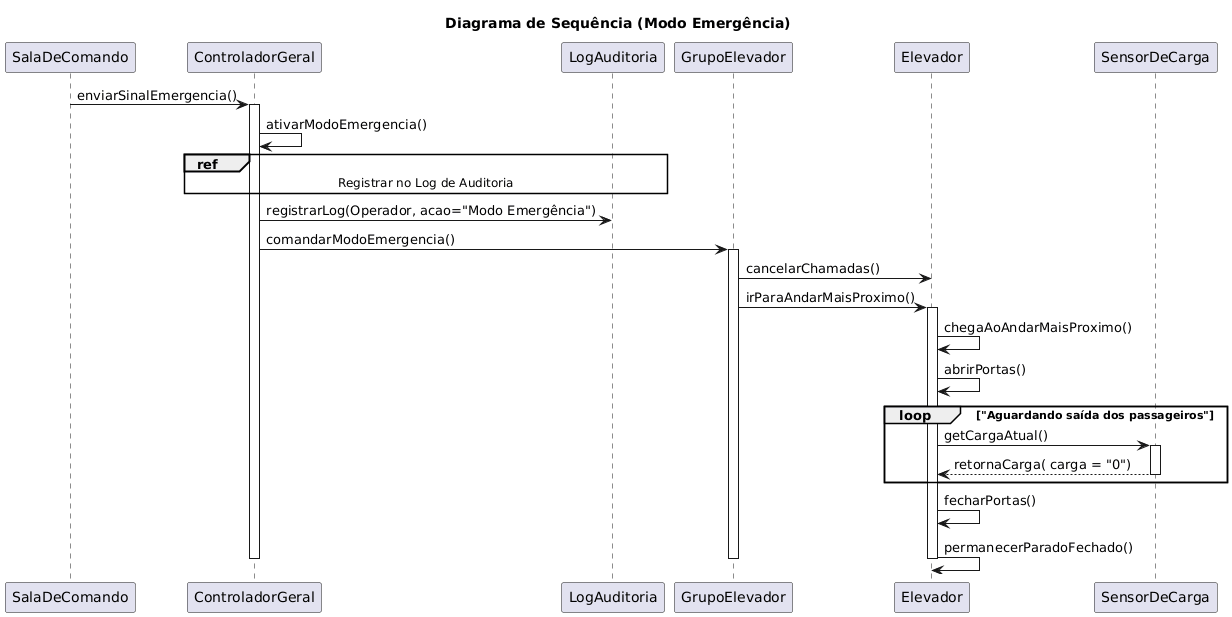
The PlantUML diagram Diagrama de Sequencia/Diagrama de sequencia (Emergencia).png in GustavoAtui/Sistema_Gerenciamento_Elevadores, before a commit.
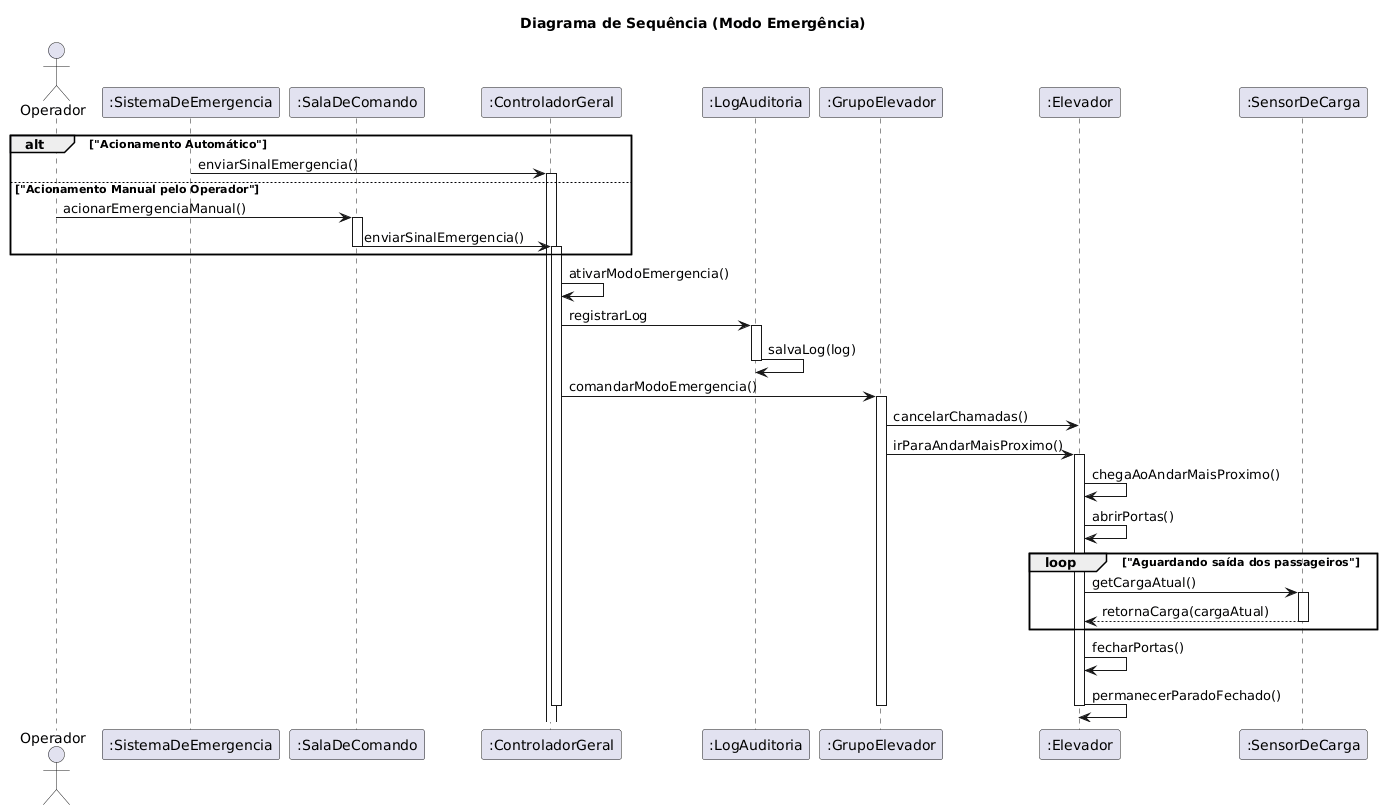
Above is the later version.

Commit message:
atualizando diagrama de sequencia

The edit, as a diff of the source:
```diff
@@ -1,23 +1,33 @@
 @startuml
 title "Diagrama de Sequência (Modo Emergência)"
 
+actor Operador
+participant ":SistemaDeEmergencia" as SE
+participant ":SalaDeComando" as SC
+participant ":ControladorGeral" as CG
+participant ":LogAuditoria" as LOG
+participant ":GrupoElevador" as GE
+participant ":Elevador" as E
+participant ":SensorDeCarga" as SENSOR
 
-participant "SalaDeComando" as SC
-participant "ControladorGeral" as CG
-participant "LogAuditoria" as LOG
-participant "GrupoElevador" as GE
-participant "Elevador" as E
-participant "SensorDeCarga" as SENSOR
+alt "Acionamento Automático"
+    SE -> CG : enviarSinalEmergencia()
+    activate CG
 
-SC -> CG : enviarSinalEmergencia()
-deactivate SC
-activate CG
+else "Acionamento Manual pelo Operador"
+    Operador -> SC : acionarEmergenciaManual()
+    activate SC
+    SC -> CG : enviarSinalEmergencia()
+    deactivate SC
+    activate CG
+end
 
 CG -> CG : ativarModoEmergencia()
 
-ref over CG, LOG : Registrar no Log de Auditoria
-    CG -> LOG : registrarLog(Operador, acao="Modo Emergência")
-
+CG -> LOG : registrarLog
+activate LOG
+LOG -> LOG : salvaLog(log)
+deactivate LOG
 
 CG -> GE : comandarModoEmergencia()
 activate GE
@@ -27,10 +37,11 @@
 
 E -> E : chegaAoAndarMaisProximo()
 E -> E : abrirPortas()
+
 loop "Aguardando saída dos passageiros"
     E -> SENSOR : getCargaAtual()
     activate SENSOR
-    SENSOR --> E : retornaCarga( carga = "0")
+    SENSOR --> E : retornaCarga(cargaAtual)
     deactivate SENSOR
 end "cargaAtual == 0"
 
```
